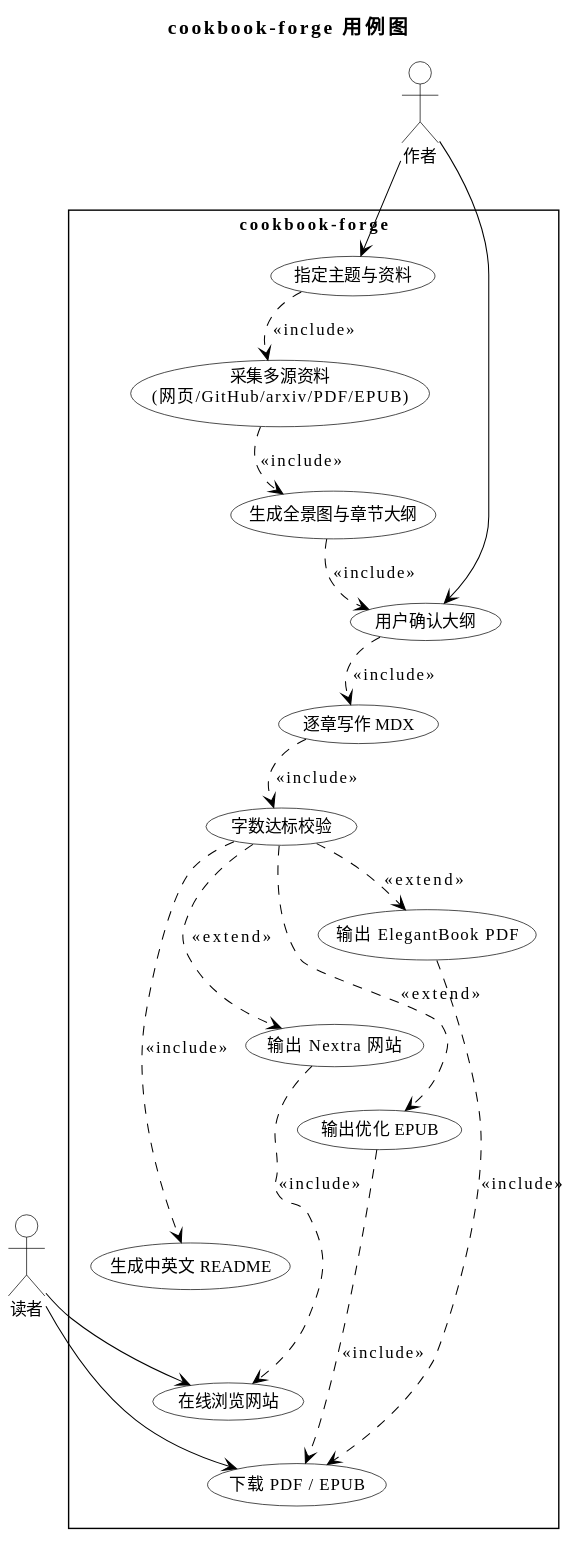
Earlier version of the PlantUML export assets/diagrams/usecase-cn.svg (samonysh/cookbook-forge).
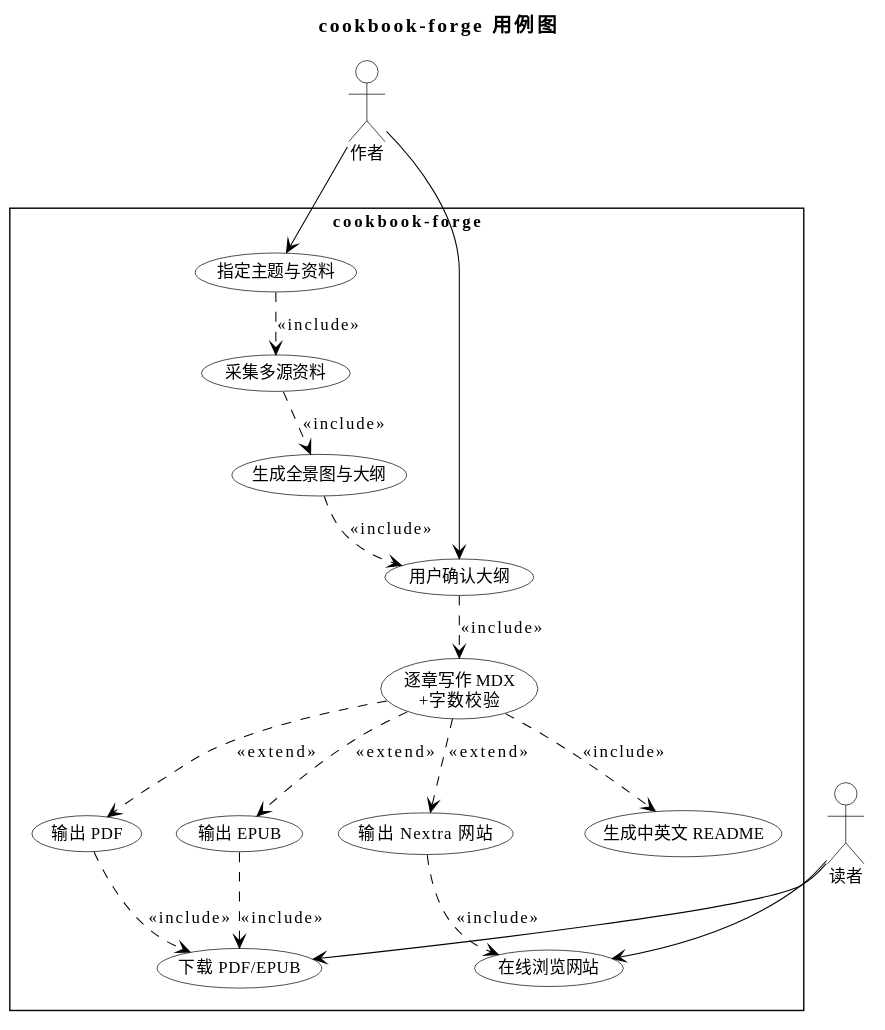
The same file after the commit.

What changed in the source:
```diff
@@ -32,17 +32,16 @@
 
 rectangle "cookbook-forge" {
   usecase "指定主题与资料" as UC0
-  usecase "采集多源资料\n(网页/GitHub/arxiv/PDF/EPUB)" as UC1
-  usecase "生成全景图与章节大纲" as UC2
+  usecase "采集多源资料" as UC1
+  usecase "生成全景图与大纲" as UC2
   usecase "用户确认大纲" as UC3
-  usecase "逐章写作 MDX" as UC4
-  usecase "字数达标校验" as UC5
-  usecase "输出 ElegantBook PDF" as UC6
+  usecase "逐章写作 MDX\n+字数校验" as UC4
+  usecase "输出 PDF" as UC6
   usecase "输出 Nextra 网站" as UC7
-  usecase "输出优化 EPUB" as UC8
+  usecase "输出 EPUB" as UC8
   usecase "生成中英文 README" as UC9
   usecase "在线浏览网站" as UC10
-  usecase "下载 PDF / EPUB" as UC11
+  usecase "下载 PDF/EPUB" as UC11
 }
 
 AUTHOR --> UC0
@@ -51,28 +50,19 @@
 UC1 ..> UC2 : <<include>>
 UC2 ..> UC3 : <<include>>
 UC3 ..> UC4 : <<include>>
-UC4 ..> UC5 : <<include>>
-UC5 ..> UC6 : <<extend>>
-UC5 ..> UC7 : <<extend>>
-UC5 ..> UC8 : <<extend>>
-UC5 ..> UC9 : <<include>>
+UC4 ..> UC6 : <<extend>>
+UC4 ..> UC7 : <<extend>>
+UC4 ..> UC8 : <<extend>>
+UC4 ..> UC9 : <<include>>
 UC7 ..> UC10 : <<include>>
 UC6 ..> UC11 : <<include>>
 UC8 ..> UC11 : <<include>>
 READER --> UC10
 READER --> UC11
 
-UC0 -[hidden]down- UC1
-UC1 -[hidden]down- UC2
-UC2 -[hidden]down- UC3
-UC3 -[hidden]down- UC4
-UC4 -[hidden]down- UC5
-
-UC6 -[hidden]down- UC7
-UC7 -[hidden]down- UC8
-UC8 -[hidden]down- UC9
-UC9 -[hidden]down- UC10
-UC10 -[hidden]down- UC11
-
-UC5 -[hidden]right- UC6
+UC0 -[hidden]down- UC6
+UC1 -[hidden]down- UC7
+UC2 -[hidden]down- UC8
+UC3 -[hidden]down- UC9
+UC4 -[hidden]down- UC10
 @enduml
```
